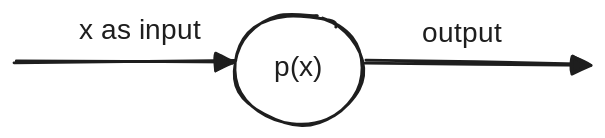
The Excalidraw diagram images/math/poly.excalidraw.svg in samratkar/samratkar.github.io, before a commit. Source tidied: one line per element, renumbered; positions are measured from the earlier drawing's top-left corner, leaving out a move shared by most shapes. Its diagram source:
```json
{"id": 0, "type": "ellipse", "strokeColor": "#1e1e1e", "strokeWidth": 2, "roughness": 1, "round": true, "x": 156, "y": 0, "width": 92, "height": 78}
{"id": 1, "type": "text", "text": "p(x)", "strokeColor": "#1e1e1e", "strokeWidth": 2, "roughness": 1, "fontSize": 20, "fontFamily": 5, "textAlign": "center", "verticalAlign": "middle", "inside": 0, "x": 182, "y": 26, "width": 39, "height": 25}
{"id": 2, "type": "arrow", "strokeColor": "#1e1e1e", "strokeWidth": 2, "roughness": 1, "endArrowhead": "triangle", "round": true, "to": 0, "x": 0, "y": 35, "width": 157, "height": 2, "points": [[0, 0], [157, -2]]}
{"id": 3, "type": "arrow", "strokeColor": "#1e1e1e", "strokeWidth": 2, "roughness": 1, "endArrowhead": "triangle", "round": true, "from": 0, "x": 249, "y": 34, "width": 160, "height": 3, "points": [[0, 0], [160, 3]]}
{"id": 4, "type": "text", "text": "x as input", "strokeColor": "#1e1e1e", "strokeWidth": 2, "roughness": 1, "fontSize": 20, "fontFamily": 5, "x": 45, "y": 0, "width": 98, "height": 25}
{"id": 5, "type": "text", "text": "output", "strokeColor": "#1e1e1e", "strokeWidth": 2, "roughness": 1, "fontSize": 20, "fontFamily": 5, "x": 290, "y": 2, "width": 67, "height": 25}
```
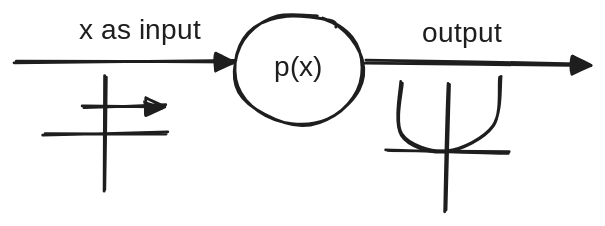
After the commit.

Diff of the diagram source:
```diff
@@ -4,3 +4,9 @@
 {"id": 3, "type": "arrow", "strokeColor": "#1e1e1e", "strokeWidth": 2, "roughness": 1, "endArrowhead": "triangle", "round": true, "from": 0, "x": 249, "y": 34, "width": 160, "height": 3, "points": [[0, 0], [160, 3]]}
 {"id": 4, "type": "text", "text": "x as input", "strokeColor": "#1e1e1e", "strokeWidth": 2, "roughness": 1, "fontSize": 20, "fontFamily": 5, "x": 45, "y": 0, "width": 98, "height": 25}
 {"id": 5, "type": "text", "text": "output", "strokeColor": "#1e1e1e", "strokeWidth": 2, "roughness": 1, "fontSize": 20, "fontFamily": 5, "x": 290, "y": 2, "width": 67, "height": 25}
+{"id": 6, "type": "arrow", "strokeColor": "#1e1e1e", "strokeWidth": 2, "roughness": 1, "endArrowhead": "triangle", "round": true, "x": 48, "y": 67, "width": 58, "height": 2, "points": [[0, 0], [58, -2]]}
+{"id": 7, "type": "line", "strokeColor": "#1e1e1e", "strokeWidth": 2, "roughness": 1, "round": true, "x": 64, "y": 45, "width": 2, "height": 82, "points": [[0, 0], [-2, 82]]}
+{"id": 8, "type": "line", "strokeColor": "#1e1e1e", "strokeWidth": 2, "roughness": 1, "round": true, "x": 20, "y": 86, "width": 89, "height": 2, "points": [[0, 0], [89, -2]]}
+{"id": 9, "type": "line", "strokeColor": "#1e1e1e", "strokeWidth": 2, "roughness": 1, "round": true, "x": 309, "y": 49, "width": 2, "height": 91, "points": [[0, 0], [-2, 91]]}
+{"id": 10, "type": "line", "strokeColor": "#1e1e1e", "strokeWidth": 2, "roughness": 1, "round": true, "x": 266, "y": 96, "width": 86, "height": 2, "points": [[0, 0], [86, 2]]}
+{"id": 11, "type": "line", "strokeColor": "#1e1e1e", "strokeWidth": 2, "roughness": 1, "round": true, "x": 276, "y": 50, "width": 71, "height": 54, "points": [[0, 0], [-1, 37], [32, 49], [66, 31], [70, -6]]}
```
